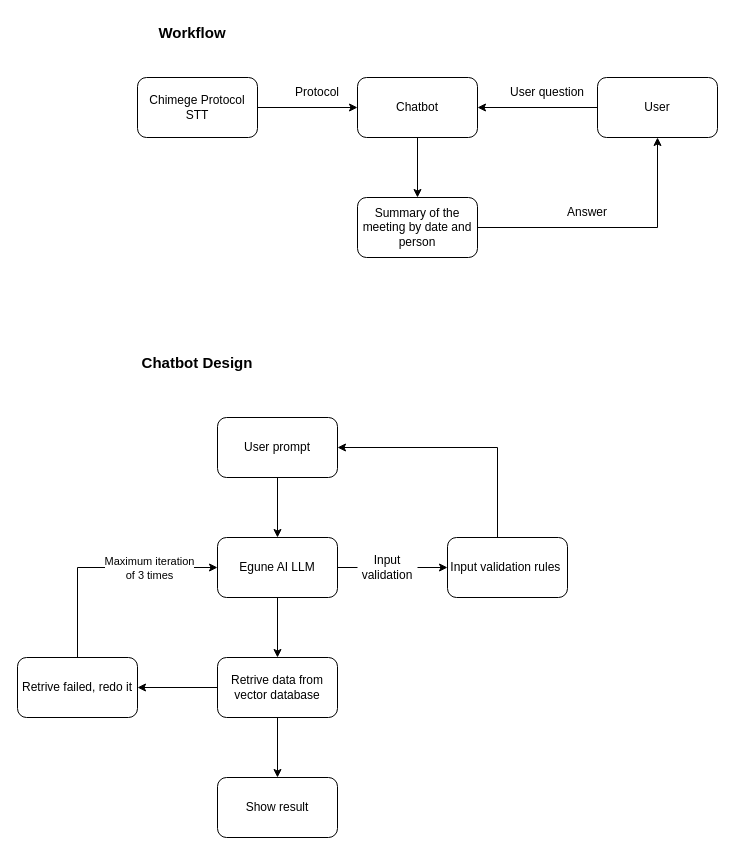
Earlier version of the draw.io diagram chimege-protocol-chatbot.drawio (orchlonn/design-doc). Source tidied: cells renumbered, new cells numbered last; positions are measured from the earlier drawing's top-left corner, leaving out a move shared by most shapes. Both pictures are drawn from the tidied source at 100%, with x=0, y=0 at pixel (17, 17).
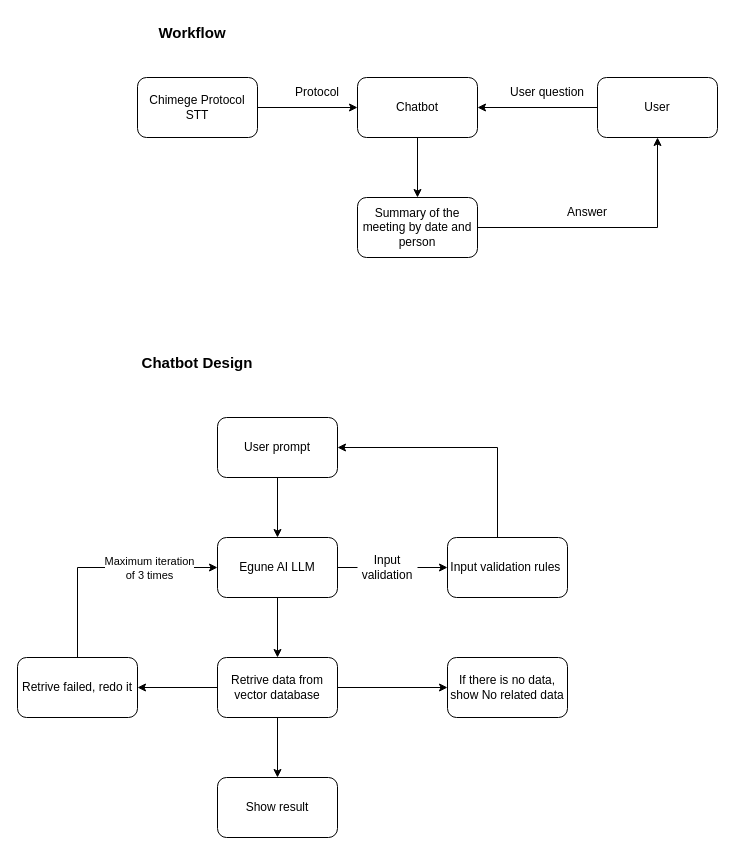
The same page after the edit.

The change refers to these unchanged cells:
```xml
<mxCell id="24" value="Retrive data from vector database" style="rounded=1;whiteSpace=wrap;html=1;" parent="1" vertex="1">
  <mxGeometry x="200" y="640" width="120" height="60" as="geometry" />
</mxCell>
```

The edit, as a diff of the source:
```diff
@@
+    <mxCell id="30" style="edgeStyle=orthogonalEdgeStyle;rounded=0;jettySize=auto;html=1;" parent="1" edge="1" source="24" target="31">
+      <mxGeometry relative="1" as="geometry" />
+    </mxCell>
@@
+    <mxCell id="31" value="If there is no data, show No related data" style="whiteSpace=wrap;html=1;rounded=1;" parent="1" vertex="1">
+      <mxGeometry x="430" y="640" width="120" height="60" as="geometry" />
+    </mxCell>
```
